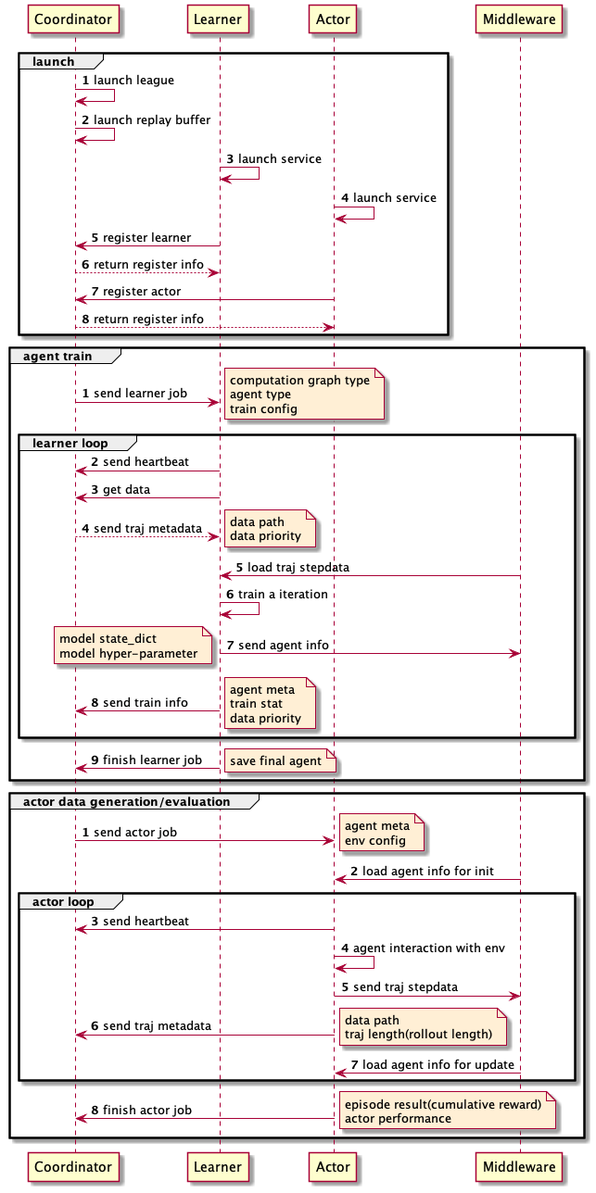
Earlier version of the PlantUML export nervex/docs/source/tutorial/flow_sequence.png (opendilab/DI-engine). Its diagram source:
```plantuml
@startuml
skinparam NoteBackgroundColor PapayaWhip

autonumber

participant Coordinator
participant Learner
participant Actor
participant Middleware

group launch
Coordinator->Coordinator: launch league
Coordinator->Coordinator: launch replay buffer
Learner->Learner: launch service
Actor->Actor: launch service
Learner->Coordinator: register learner
Coordinator-->Learner: return register info
Actor->Coordinator: register actor
Coordinator-->Actor: return register info
end

autonumber
group agent train
Coordinator->Learner: send learner job
note right
computation graph type
agent type
train config
end note
group learner loop
Learner->Coordinator: send heartbeat
Learner->Coordinator: get data
Coordinator-->Learner: send traj metadata
note right
data path
data priority
end note
Middleware->Learner: load traj stepdata
Learner->Learner: train a iteration
Learner->Middleware: send agent info
note left
model state_dict
model hyper-parameter
end note
Learner->Coordinator: send train info
note right
agent meta
train stat
data priority
end note
end
Learner->Coordinator: finish learner job
note right
save final agent
end note
end

autonumber
group actor data generation/evaluation
Coordinator->Actor: send actor job
note right
agent meta
env config
end note
Middleware->Actor: load agent info for init
group actor loop
Actor->Coordinator: send heartbeat
Actor->Actor: agent interaction with env
Actor->Middleware: send traj stepdata
Actor->Coordinator: send traj metadata
note right
data path
traj length(rollout length)
end note
Middleware->Actor: load agent info for update
end group
Actor->Coordinator: finish actor job
note right
episode result(cumulative reward)
actor performance
end note
end group


@enduml
```
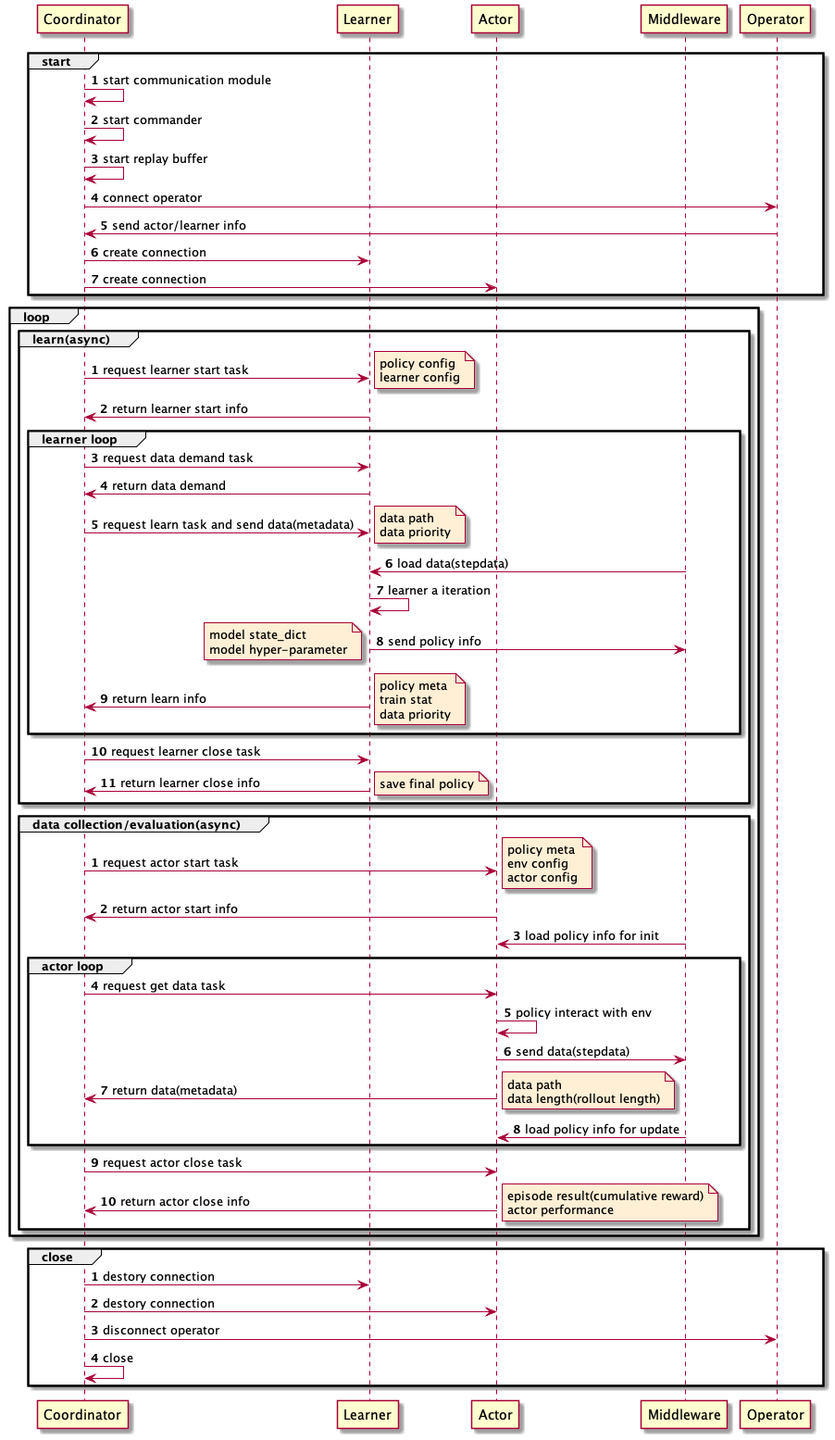
Above is the later version.

Commit message:
adapt doc and add new flow sequence graph

The edit, as a diff of the source:
```diff
@@ -7,79 +7,91 @@
 participant Learner
 participant Actor
 participant Middleware
+participant Operator
 
-group launch
-Coordinator->Coordinator: launch league
-Coordinator->Coordinator: launch replay buffer
-Learner->Learner: launch service
-Actor->Actor: launch service
-Learner->Coordinator: register learner
-Coordinator-->Learner: return register info
-Actor->Coordinator: register actor
-Coordinator-->Actor: return register info
+group start
+Coordinator->Coordinator: start communication module
+Coordinator->Coordinator: start commander
+Coordinator->Coordinator: start replay buffer
+Coordinator->Operator: connect operator
+Operator->Coordinator: send actor/learner info
+Coordinator->Learner: create connection
+Coordinator->Actor: create connection
 end
 
+loop
 autonumber
-group agent train
-Coordinator->Learner: send learner job
+group learn(async)
+Coordinator->Learner: request learner start task
 note right
-computation graph type
-agent type
-train config
+policy config
+learner config
 end note
+Learner->Coordinator: return learner start info
 group learner loop
-Learner->Coordinator: send heartbeat
-Learner->Coordinator: get data
-Coordinator-->Learner: send traj metadata
+Coordinator->Learner: request data demand task
+Learner->Coordinator: return data demand
+Coordinator->Learner: request learn task and send data(metadata)
 note right
 data path
 data priority
 end note
-Middleware->Learner: load traj stepdata
-Learner->Learner: train a iteration
-Learner->Middleware: send agent info
+Middleware->Learner: load data(stepdata)
+Learner->Learner: learner a iteration
+Learner->Middleware: send policy info
 note left
 model state_dict
 model hyper-parameter
 end note
-Learner->Coordinator: send train info
+Learner->Coordinator: return learn info
 note right
-agent meta
+policy meta
 train stat
 data priority
 end note
 end
-Learner->Coordinator: finish learner job
+Coordinator->Learner: request learner close task
+Learner->Coordinator: return learner close info
 note right
-save final agent
+save final policy
 end note
 end
 
 autonumber
-group actor data generation/evaluation
-Coordinator->Actor: send actor job
+group data collection/evaluation(async)
+Coordinator->Actor: request actor start task
 note right
-agent meta
+policy meta
 env config
+actor config
 end note
-Middleware->Actor: load agent info for init
+Actor->Coordinator: return actor start info
+Middleware->Actor: load policy info for init
 group actor loop
-Actor->Coordinator: send heartbeat
-Actor->Actor: agent interaction with env
-Actor->Middleware: send traj stepdata
-Actor->Coordinator: send traj metadata
+Coordinator->Actor: request get data task
+Actor->Actor: policy interact with env
+Actor->Middleware: send data(stepdata)
+Actor->Coordinator: return data(metadata)
 note right
 data path
-traj length(rollout length)
+data length(rollout length)
 end note
-Middleware->Actor: load agent info for update
+Middleware->Actor: load policy info for update
 end group
-Actor->Coordinator: finish actor job
+Coordinator->Actor: request actor close task
+Actor->Coordinator: return actor close info
 note right
 episode result(cumulative reward)
 actor performance
 end note
 end group
+end
 
-
+autonumber
+group close
+Coordinator->Learner: destory connection
+Coordinator->Actor: destory connection
+Coordinator->Operator: disconnect operator
+Coordinator->Coordinator: close
+end group
 @enduml
```
